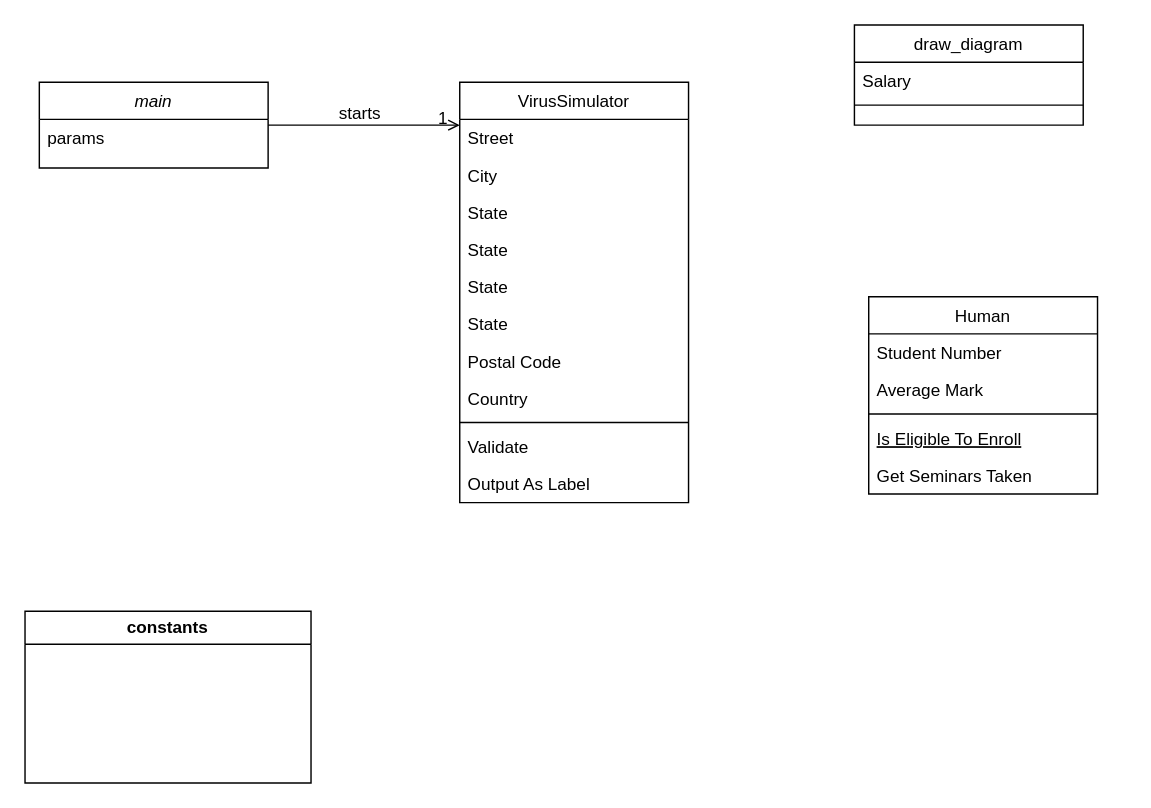
This is Unbenanntes Diagramm.drawio from Garitz/Flowchart_statistic, a draw.io file, before an edit. Source tidied: cells renumbered, new cells numbered last; positions are measured from the earlier drawing's top-left corner, leaving out a move shared by most shapes. Both pictures are drawn from the tidied source at 143%, with x=0, y=0 at pixel (24, 24).
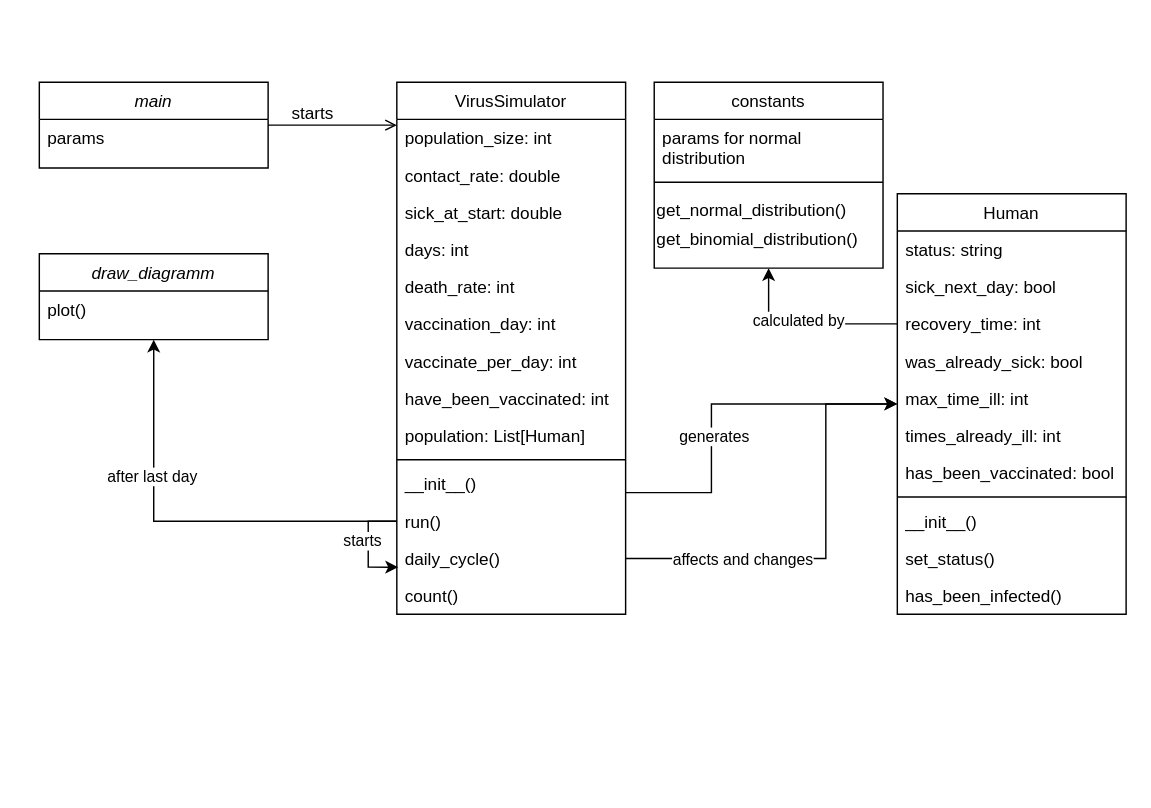
The same page after the edit.

The change refers to these unchanged cells:
```xml
<mxCell id="25" style="endArrow=open;shadow=0;strokeWidth=1;rounded=0;curved=0;endFill=1;edgeStyle=elbowEdgeStyle;elbow=vertical;" parent="1" edge="1" source="2" target="13">
  <mxGeometry x="0.5" y="41" relative="1" as="geometry">
    <mxPoint x="-40" y="32" as="offset" />
  </mxGeometry>
</mxCell>
```

Diff of the diagram source:
```diff
@@
     <mxCell id="4" value="Human" style="swimlane;fontStyle=0;align=center;verticalAlign=top;horizontal=1;startSize=26;rounded=0;shadow=0;strokeWidth=1;" parent="1" vertex="1">
-      <mxGeometry x="590" y="190" width="160" height="138" as="geometry" />
+      <mxGeometry x="610" y="118" width="160" height="294" as="geometry" />
     </mxCell>
-    <mxCell id="5" value="Student Number" style="text;align=left;verticalAlign=top;spacingLeft=4;spacingRight=4;overflow=hidden;" parent="4" vertex="1">
+    <mxCell id="5" value="status: string" style="text;align=left;verticalAlign=top;spacingLeft=4;spacingRight=4;overflow=hidden;" parent="4" vertex="1">
       <mxGeometry y="26" width="160" height="26" as="geometry" />
     </mxCell>
+    <mxCell id="30" value="sick_next_day: bool" style="text;align=left;verticalAlign=top;spacingLeft=4;spacingRight=4;overflow=hidden;" parent="4" vertex="1">
+      <mxGeometry y="52" width="160" height="26" as="geometry" />
+    </mxCell>
+    <mxCell id="31" value="recovery_time: int" style="text;align=left;verticalAlign=top;spacingLeft=4;spacingRight=4;overflow=hidden;points=[[0,0.5],[1,0.5]];portConstraint=eastwest;" parent="4" vertex="1">
+      <mxGeometry y="78" width="160" height="26" as="geometry" />
+    </mxCell>
+    <mxCell id="32" value="was_already_sick: bool" style="text;align=left;verticalAlign=top;spacingLeft=4;spacingRight=4;overflow=hidden;" parent="4" vertex="1">
+      <mxGeometry y="104" width="160" height="26" as="geometry" />
+    </mxCell>
-    <mxCell id="6" value="Average Mark" style="text;align=left;verticalAlign=top;spacingLeft=4;spacingRight=4;overflow=hidden;rounded=0;shadow=0;html=0;" parent="4" vertex="1">
-      <mxGeometry y="52" width="160" height="26" as="geometry" />
+    <mxCell id="6" value="max_time_ill: int" style="text;align=left;verticalAlign=top;spacingLeft=4;spacingRight=4;overflow=hidden;rounded=0;shadow=0;html=0;" parent="4" vertex="1">
+      <mxGeometry y="130" width="160" height="26" as="geometry" />
     </mxCell>
+    <mxCell id="33" value="times_already_ill: int" style="text;align=left;verticalAlign=top;spacingLeft=4;spacingRight=4;overflow=hidden;rounded=0;shadow=0;html=0;" parent="4" vertex="1">
+      <mxGeometry y="156" width="160" height="26" as="geometry" />
+    </mxCell>
+    <mxCell id="34" value="has_been_vaccinated: bool" style="text;align=left;verticalAlign=top;spacingLeft=4;spacingRight=4;overflow=hidden;rounded=0;shadow=0;html=0;" parent="4" vertex="1">
+      <mxGeometry y="182" width="160" height="26" as="geometry" />
+    </mxCell>
     <mxCell id="7" style="line;html=1;strokeWidth=1;align=left;verticalAlign=middle;spacingTop=-1;spacingLeft=3;spacingRight=3;labelPosition=right;" parent="4" vertex="1">
-      <mxGeometry y="78" width="160" height="8" as="geometry" />
+      <mxGeometry y="208" width="160" height="8" as="geometry" />
     </mxCell>
+    <mxCell id="35" value="__init__()" style="text;align=left;verticalAlign=top;spacingLeft=4;spacingRight=4;overflow=hidden;fontStyle=0;" parent="4" vertex="1">
+      <mxGeometry y="216" width="160" height="26" as="geometry" />
+    </mxCell>
-    <mxCell id="8" value="Is Eligible To Enroll" style="text;align=left;verticalAlign=top;spacingLeft=4;spacingRight=4;overflow=hidden;fontStyle=4;" parent="4" vertex="1">
-      <mxGeometry y="86" width="160" height="26" as="geometry" />
+    <mxCell id="8" value="set_status()" style="text;align=left;verticalAlign=top;spacingLeft=4;spacingRight=4;overflow=hidden;fontStyle=0;" parent="4" vertex="1">
+      <mxGeometry y="242" width="160" height="26" as="geometry" />
     </mxCell>
-    <mxCell id="9" value="Get Seminars Taken" style="text;align=left;verticalAlign=top;spacingLeft=4;spacingRight=4;overflow=hidden;" parent="4" vertex="1">
-      <mxGeometry y="112" width="160" height="26" as="geometry" />
+    <mxCell id="9" value="has_been_infected()" style="text;align=left;verticalAlign=top;spacingLeft=4;spacingRight=4;overflow=hidden;" parent="4" vertex="1">
+      <mxGeometry y="268" width="160" height="26" as="geometry" />
     </mxCell>
-    <mxCell id="10" value="draw_diagram" style="swimlane;fontStyle=0;align=center;verticalAlign=top;horizontal=1;startSize=26;rounded=0;shadow=0;strokeWidth=1;" parent="1" vertex="1">
-      <mxGeometry x="580" width="160" height="70" as="geometry" />
-    </mxCell>
-    <mxCell id="11" value="Salary" style="text;align=left;verticalAlign=top;spacingLeft=4;spacingRight=4;overflow=hidden;" parent="10" vertex="1">
-      <mxGeometry y="26" width="160" height="26" as="geometry" />
-    </mxCell>
-    <mxCell id="12" style="line;html=1;strokeWidth=1;align=left;verticalAlign=middle;spacingTop=-1;spacingLeft=3;spacingRight=3;labelPosition=right;" parent="10" vertex="1">
-      <mxGeometry y="52" width="160" height="8" as="geometry" />
-    </mxCell>
     <mxCell id="13" value="VirusSimulator" style="swimlane;fontStyle=0;align=center;verticalAlign=top;horizontal=1;startSize=26;rounded=0;shadow=0;strokeWidth=1;" parent="1" vertex="1">
-      <mxGeometry x="304" y="40" width="160" height="294" as="geometry" />
+      <mxGeometry x="260" y="40" width="160" height="372" as="geometry" />
     </mxCell>
-    <mxCell id="14" value="Street" style="text;align=left;verticalAlign=top;spacingLeft=4;spacingRight=4;overflow=hidden;" parent="13" vertex="1">
+    <mxCell id="14" value="population_size: int    " style="text;align=left;verticalAlign=top;spacingLeft=4;spacingRight=4;overflow=hidden;" parent="13" vertex="1">
       <mxGeometry y="26" width="160" height="26" as="geometry" />
     </mxCell>
-    <mxCell id="15" value="City" style="text;align=left;verticalAlign=top;spacingLeft=4;spacingRight=4;overflow=hidden;rounded=0;shadow=0;html=0;" parent="13" vertex="1">
+    <mxCell id="15" value="contact_rate: double" style="text;align=left;verticalAlign=top;spacingLeft=4;spacingRight=4;overflow=hidden;rounded=0;shadow=0;html=0;" parent="13" vertex="1">
       <mxGeometry y="52" width="160" height="26" as="geometry" />
     </mxCell>
-    <mxCell id="16" value="State" style="text;align=left;verticalAlign=top;spacingLeft=4;spacingRight=4;overflow=hidden;rounded=0;shadow=0;html=0;" parent="13" vertex="1">
+    <mxCell id="16" value="sick_at_start: double" style="text;align=left;verticalAlign=top;spacingLeft=4;spacingRight=4;overflow=hidden;rounded=0;shadow=0;html=0;" parent="13" vertex="1">
       <mxGeometry y="78" width="160" height="26" as="geometry" />
     </mxCell>
-    <mxCell id="17" value="State" style="text;align=left;verticalAlign=top;spacingLeft=4;spacingRight=4;overflow=hidden;rounded=0;shadow=0;html=0;" parent="13" vertex="1">
+    <mxCell id="17" value="days: int" style="text;align=left;verticalAlign=top;spacingLeft=4;spacingRight=4;overflow=hidden;rounded=0;shadow=0;html=0;" parent="13" vertex="1">
       <mxGeometry y="104" width="160" height="26" as="geometry" />
     </mxCell>
-    <mxCell id="18" value="State" style="text;align=left;verticalAlign=top;spacingLeft=4;spacingRight=4;overflow=hidden;rounded=0;shadow=0;html=0;" parent="13" vertex="1">
+    <mxCell id="18" value="death_rate: int" style="text;align=left;verticalAlign=top;spacingLeft=4;spacingRight=4;overflow=hidden;rounded=0;shadow=0;html=0;" parent="13" vertex="1">
       <mxGeometry y="130" width="160" height="26" as="geometry" />
     </mxCell>
-    <mxCell id="19" value="State" style="text;align=left;verticalAlign=top;spacingLeft=4;spacingRight=4;overflow=hidden;rounded=0;shadow=0;html=0;" parent="13" vertex="1">
+    <mxCell id="19" value="vaccination_day: int" style="text;align=left;verticalAlign=top;spacingLeft=4;spacingRight=4;overflow=hidden;rounded=0;shadow=0;html=0;" parent="13" vertex="1">
       <mxGeometry y="156" width="160" height="26" as="geometry" />
     </mxCell>
-    <mxCell id="20" value="Postal Code" style="text;align=left;verticalAlign=top;spacingLeft=4;spacingRight=4;overflow=hidden;rounded=0;shadow=0;html=0;" parent="13" vertex="1">
+    <mxCell id="20" value="vaccinate_per_day: int" style="text;align=left;verticalAlign=top;spacingLeft=4;spacingRight=4;overflow=hidden;rounded=0;shadow=0;html=0;" parent="13" vertex="1">
       <mxGeometry y="182" width="160" height="26" as="geometry" />
     </mxCell>
+    <mxCell id="36" value="have_been_vaccinated: int" style="text;align=left;verticalAlign=top;spacingLeft=4;spacingRight=4;overflow=hidden;rounded=0;shadow=0;html=0;" parent="13" vertex="1">
+      <mxGeometry y="208" width="160" height="26" as="geometry" />
+    </mxCell>
-    <mxCell id="21" value="Country" style="text;align=left;verticalAlign=top;spacingLeft=4;spacingRight=4;overflow=hidden;rounded=0;shadow=0;html=0;" parent="13" vertex="1">
-      <mxGeometry y="208" width="160" height="26" as="geometry" />
+    <mxCell id="21" value="population: List[Human]" style="text;align=left;verticalAlign=top;spacingLeft=4;spacingRight=4;overflow=hidden;rounded=0;shadow=0;html=0;" parent="13" vertex="1">
+      <mxGeometry y="234" width="160" height="26" as="geometry" />
     </mxCell>
     <mxCell id="22" style="line;html=1;strokeWidth=1;align=left;verticalAlign=middle;spacingTop=-1;spacingLeft=3;spacingRight=3;labelPosition=right;" parent="13" vertex="1">
-      <mxGeometry y="234" width="160" height="8" as="geometry" />
+      <mxGeometry y="260" width="160" height="8" as="geometry" />
     </mxCell>
+    <mxCell id="37" value="__init__()" style="text;align=left;verticalAlign=top;spacingLeft=4;spacingRight=4;overflow=hidden;points=[[0,0.5],[1,0.5]];portConstraint=eastwest;" parent="13" vertex="1">
+      <mxGeometry y="268" width="160" height="26" as="geometry" />
+    </mxCell>
+    <mxCell id="38" value="run()" style="text;align=left;verticalAlign=top;spacingLeft=4;spacingRight=4;overflow=hidden;points=[[0,0.5],[1,0.5]];portConstraint=eastwest;" parent="13" vertex="1">
+      <mxGeometry y="294" width="160" height="26" as="geometry" />
+    </mxCell>
-    <mxCell id="23" value="Validate" style="text;align=left;verticalAlign=top;spacingLeft=4;spacingRight=4;overflow=hidden;points=[[0,0.5],[1,0.5]];portConstraint=eastwest;" parent="13" vertex="1">
-      <mxGeometry y="242" width="160" height="26" as="geometry" />
+    <mxCell id="23" value="daily_cycle()" style="text;align=left;verticalAlign=top;spacingLeft=4;spacingRight=4;overflow=hidden;points=[[0,0.5],[1,0.5]];portConstraint=eastwest;" parent="13" vertex="1">
+      <mxGeometry y="320" width="160" height="26" as="geometry" />
     </mxCell>
-    <mxCell id="24" value="Output As Label" style="text;align=left;verticalAlign=top;spacingLeft=4;spacingRight=4;overflow=hidden;" parent="13" vertex="1">
-      <mxGeometry y="268" width="160" height="26" as="geometry" />
+    <mxCell id="24" value="count()" style="text;align=left;verticalAlign=top;spacingLeft=4;spacingRight=4;overflow=hidden;" parent="13" vertex="1">
+      <mxGeometry y="346" width="160" height="24" as="geometry" />
     </mxCell>
+    <mxCell id="39" style="edgeStyle=orthogonalEdgeStyle;rounded=0;jettySize=auto;html=1;entryX=0.006;entryY=0.736;entryDx=0;entryDy=0;entryPerimeter=0;" parent="13" edge="1" source="38" target="23">
+      <mxGeometry relative="1" as="geometry">
+        <Array as="points">
+          <mxPoint x="-20" y="307" />
+          <mxPoint x="-20" y="339" />
+        </Array>
+      </mxGeometry>
+    </mxCell>
+    <mxCell id="40" value="starts" style="edgeLabel;html=1;align=center;verticalAlign=middle;" parent="39" vertex="1">
+      <mxGeometry x="-0.82" y="-4" relative="1" as="geometry">
+        <mxPoint x="-18" y="17" as="offset" />
+      </mxGeometry>
+    </mxCell>
@@
-    <mxCell id="27" value="1" style="align=right;verticalAlign=bottom;labelBackgroundColor=none;fontSize=12;" parent="25" vertex="1">
+    <mxCell id="27" style="align=right;verticalAlign=bottom;labelBackgroundColor=none;fontSize=12;" parent="25" vertex="1">
       <mxGeometry x="1" relative="1" as="geometry">
         <mxPoint x="-7" y="4" as="offset" />
       </mxGeometry>
     </mxCell>
@@
+    <mxCell id="41" style="edgeStyle=orthogonalEdgeStyle;rounded=0;jettySize=auto;html=1;" parent="1" edge="1" source="37" target="4">
+      <mxGeometry relative="1" as="geometry">
+        <Array as="points">
+          <mxPoint x="480" y="327" />
+          <mxPoint x="480" y="265" />
+        </Array>
+      </mxGeometry>
+    </mxCell>
+    <mxCell id="42" value="generates" style="edgeLabel;html=1;align=center;verticalAlign=middle;" parent="41" vertex="1">
+      <mxGeometry x="0.53" relative="1" as="geometry">
+        <mxPoint x="-70" y="22" as="offset" />
+      </mxGeometry>
+    </mxCell>
-    <mxCell id="29" value="constants" style="swimlane;whiteSpace=wrap;html=1;" parent="1" vertex="1">
-      <mxGeometry y="410" width="200" height="120" as="geometry" />
+    <mxCell id="29" value="constants" style="swimlane;fontStyle=0;align=center;verticalAlign=top;horizontal=1;startSize=26;rounded=0;shadow=0;strokeWidth=1;" parent="1" vertex="1">
+      <mxGeometry x="440" y="40" width="160" height="130" as="geometry" />
     </mxCell>
+    <mxCell id="43" value="params for normal &#10;distribution" style="text;align=left;verticalAlign=top;spacingLeft=4;spacingRight=4;overflow=hidden;" parent="29" vertex="1">
+      <mxGeometry y="26" width="160" height="34" as="geometry" />
+    </mxCell>
+    <mxCell id="44" style="line;html=1;strokeWidth=1;align=left;verticalAlign=middle;spacingTop=-1;spacingLeft=3;spacingRight=3;labelPosition=right;" parent="29" vertex="1">
+      <mxGeometry y="60" width="160" height="20" as="geometry" />
+    </mxCell>
+    <mxCell id="45" value="get_normal_distribution()" style="text;html=1;align=left;verticalAlign=middle;whiteSpace=wrap;rounded=0;" parent="29" vertex="1">
+      <mxGeometry y="80" width="160" height="20" as="geometry" />
+    </mxCell>
+    <mxCell id="46" value="get_binomial_distribution()" style="text;html=1;align=left;verticalAlign=middle;whiteSpace=wrap;rounded=0;" parent="29" vertex="1">
+      <mxGeometry y="100" width="160" height="20" as="geometry" />
+    </mxCell>
+    <mxCell id="47" style="edgeStyle=orthogonalEdgeStyle;rounded=0;jettySize=auto;html=1;entryX=0.5;entryY=1;entryDx=0;entryDy=0;" parent="1" edge="1" source="31" target="29">
+      <mxGeometry relative="1" as="geometry" />
+    </mxCell>
+    <mxCell id="48" value="calculated by" style="edgeLabel;html=1;align=center;verticalAlign=middle;" parent="47" vertex="1">
+      <mxGeometry x="0.09" y="3" relative="1" as="geometry">
+        <mxPoint y="-6" as="offset" />
+      </mxGeometry>
+    </mxCell>
+    <mxCell id="49" value="draw_diagramm" style="swimlane;fontStyle=2;align=center;verticalAlign=top;horizontal=1;startSize=26;rounded=0;shadow=0;strokeWidth=1;" parent="1" vertex="1">
+      <mxGeometry x="10" y="160" width="160" height="60" as="geometry" />
+    </mxCell>
+    <mxCell id="50" value="plot()" style="text;align=left;verticalAlign=top;spacingLeft=4;spacingRight=4;overflow=hidden;" parent="49" vertex="1">
+      <mxGeometry y="26" width="160" height="34" as="geometry" />
+    </mxCell>
+    <mxCell id="51" style="edgeStyle=orthogonalEdgeStyle;rounded=0;jettySize=auto;html=1;" parent="1" edge="1" source="38" target="49">
+      <mxGeometry relative="1" as="geometry" />
+    </mxCell>
+    <mxCell id="52" value="after last day" style="edgeLabel;html=1;align=center;verticalAlign=middle;" parent="51" vertex="1">
+      <mxGeometry x="0.36" y="2" relative="1" as="geometry" />
+    </mxCell>
+    <mxCell id="53" style="edgeStyle=orthogonalEdgeStyle;rounded=0;jettySize=auto;html=1;exitX=1;exitY=0.5;exitDx=0;exitDy=0;" parent="1" edge="1" source="23" target="4">
+      <mxGeometry relative="1" as="geometry">
+        <Array as="points">
+          <mxPoint x="560" y="373" />
+          <mxPoint x="560" y="265" />
+        </Array>
+      </mxGeometry>
+    </mxCell>
+    <mxCell id="54" value="affects and changes" style="edgeLabel;html=1;align=center;verticalAlign=middle;" parent="53" vertex="1">
+      <mxGeometry x="-0.6" relative="1" as="geometry">
+        <mxPoint x="21" as="offset" />
+      </mxGeometry>
+    </mxCell>
```
